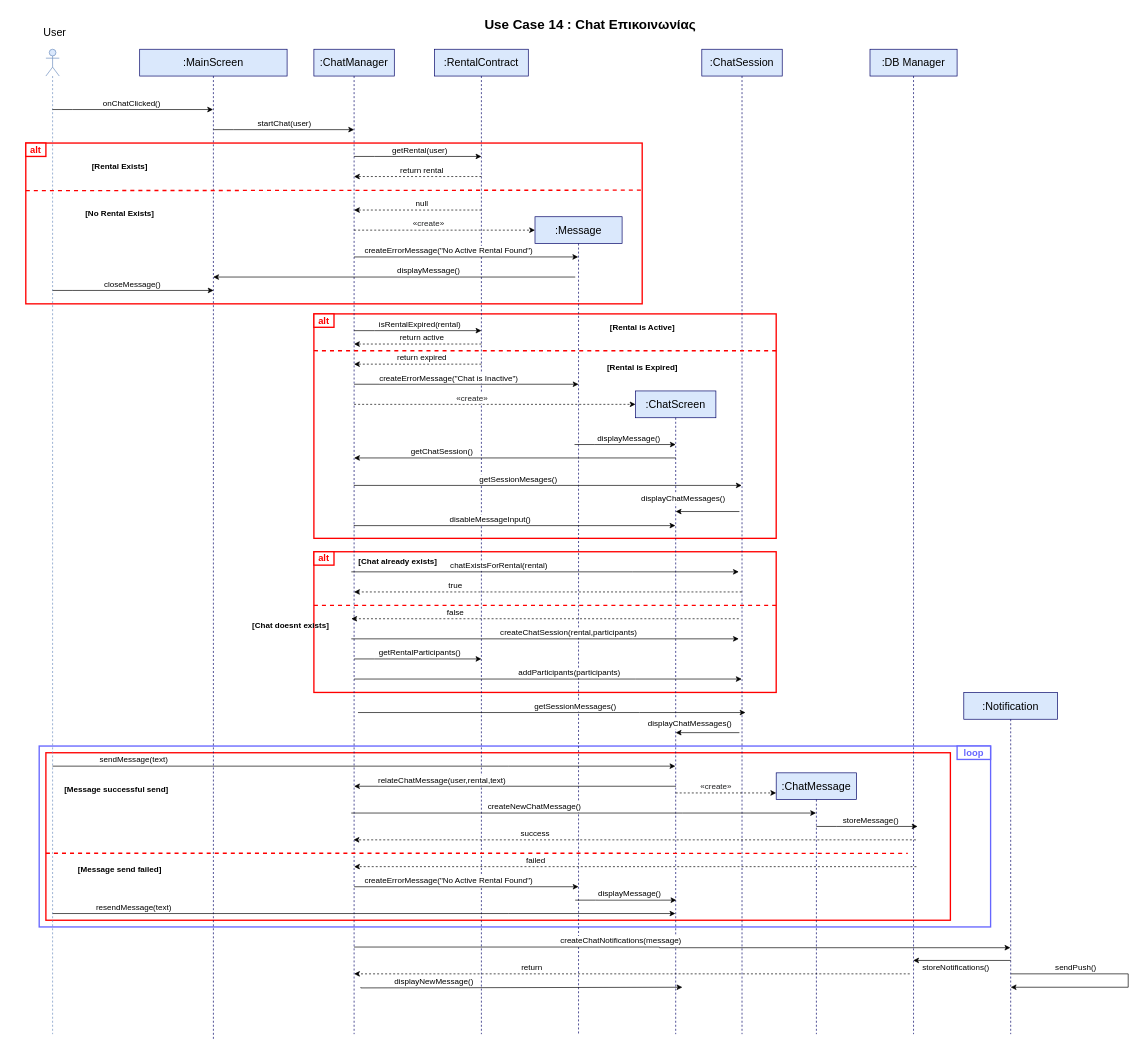
The draw.io diagram page "use-case-14" (14 of 15) of Παραδοτεο 3/sequences_new2.drawio in evelinastavropoulou/HomeLink, before the edit. Source tidied: cells renumbered, new cells numbered last; positions are measured from the earlier drawing's top-left corner, leaving out a move shared by most shapes. Both pictures are drawn from the tidied source at 67%, with x=0, y=0 at pixel (11, 11).
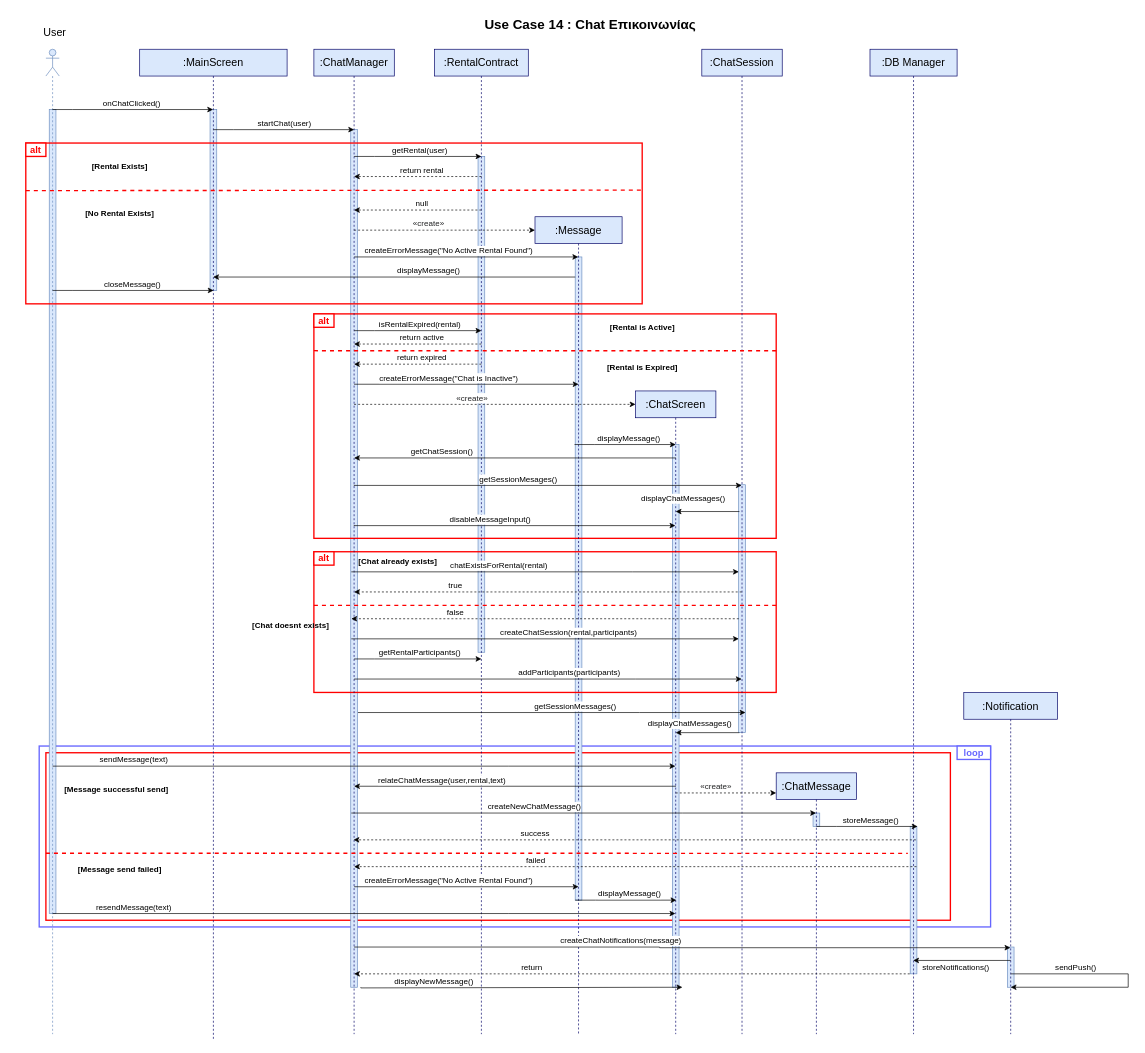
Above is the later version.

Change to the diagram source:
```diff
@@
+    <mxCell id="4" style="rounded=0;whiteSpace=wrap;html=1;fillColor=none;strokeColor=#FF0000;strokeWidth=2;fontSize=14;" parent="1" vertex="1">
+      <mxGeometry x="51" y="1106" width="1350" height="250" as="geometry" />
+    </mxCell>
+    <mxCell id="5" style="rounded=0;whiteSpace=wrap;html=1;fillColor=none;strokeColor=#6666FF;strokeWidth=2;fontSize=14;" parent="1" vertex="1">
+      <mxGeometry x="41" y="1096" width="1420" height="270" as="geometry" />
+    </mxCell>
+    <mxCell id="119" style="rounded=0;whiteSpace=wrap;html=1;fillColor=#dae8fc;strokeColor=#6c8ebf;" parent="1" vertex="1">
+      <mxGeometry x="1486" y="1396" width="10" height="60" as="geometry" />
+    </mxCell>
+    <mxCell id="120" style="rounded=0;whiteSpace=wrap;html=1;fillColor=#dae8fc;strokeColor=#6c8ebf;" parent="1" vertex="1">
+      <mxGeometry x="1341" y="1216" width="10" height="220" as="geometry" />
+    </mxCell>
+    <mxCell id="121" style="rounded=0;whiteSpace=wrap;html=1;fillColor=#dae8fc;strokeColor=#6c8ebf;" parent="1" vertex="1">
+      <mxGeometry x="1196" y="1196" width="10" height="20" as="geometry" />
+    </mxCell>
+    <mxCell id="122" style="rounded=0;whiteSpace=wrap;html=1;fillColor=#dae8fc;strokeColor=#6c8ebf;" parent="1" vertex="1">
+      <mxGeometry x="1085" y="706" width="10" height="370" as="geometry" />
+    </mxCell>
+    <mxCell id="123" style="rounded=0;whiteSpace=wrap;html=1;fillColor=#dae8fc;strokeColor=#6c8ebf;" parent="1" vertex="1">
+      <mxGeometry x="986" y="646" width="10" height="810" as="geometry" />
+    </mxCell>
+    <mxCell id="124" style="rounded=0;whiteSpace=wrap;html=1;fillColor=#dae8fc;strokeColor=#6c8ebf;" parent="1" vertex="1">
+      <mxGeometry x="841" y="366" width="10" height="960" as="geometry" />
+    </mxCell>
+    <mxCell id="125" style="rounded=0;whiteSpace=wrap;html=1;fillColor=#dae8fc;strokeColor=#6c8ebf;" parent="1" vertex="1">
+      <mxGeometry x="696" y="216" width="10" height="740" as="geometry" />
+    </mxCell>
+    <mxCell id="126" style="rounded=0;whiteSpace=wrap;html=1;fillColor=#dae8fc;strokeColor=#6c8ebf;" parent="1" vertex="1">
+      <mxGeometry x="506" y="176" width="10" height="1280" as="geometry" />
+    </mxCell>
+    <mxCell id="127" style="rounded=0;whiteSpace=wrap;html=1;fillColor=#dae8fc;strokeColor=#6c8ebf;" parent="1" vertex="1">
+      <mxGeometry x="296" y="146" width="10" height="270" as="geometry" />
+    </mxCell>
+    <mxCell id="128" style="rounded=0;whiteSpace=wrap;html=1;fillColor=#dae8fc;strokeColor=#6c8ebf;" parent="1" vertex="1">
+      <mxGeometry x="56" y="146" width="10" height="1200" as="geometry" />
+    </mxCell>
@@
-    <mxCell id="4" style="rounded=0;whiteSpace=wrap;html=1;fillColor=none;strokeColor=#FF0000;strokeWidth=2;fontSize=14;" parent="1" vertex="1">
-      <mxGeometry x="51" y="1106" width="1350" height="250" as="geometry" />
-    </mxCell>
-    <mxCell id="5" style="rounded=0;whiteSpace=wrap;html=1;fillColor=none;strokeColor=#6666FF;strokeWidth=2;fontSize=14;" parent="1" vertex="1">
-      <mxGeometry x="41" y="1096" width="1420" height="270" as="geometry" />
-    </mxCell>
```
